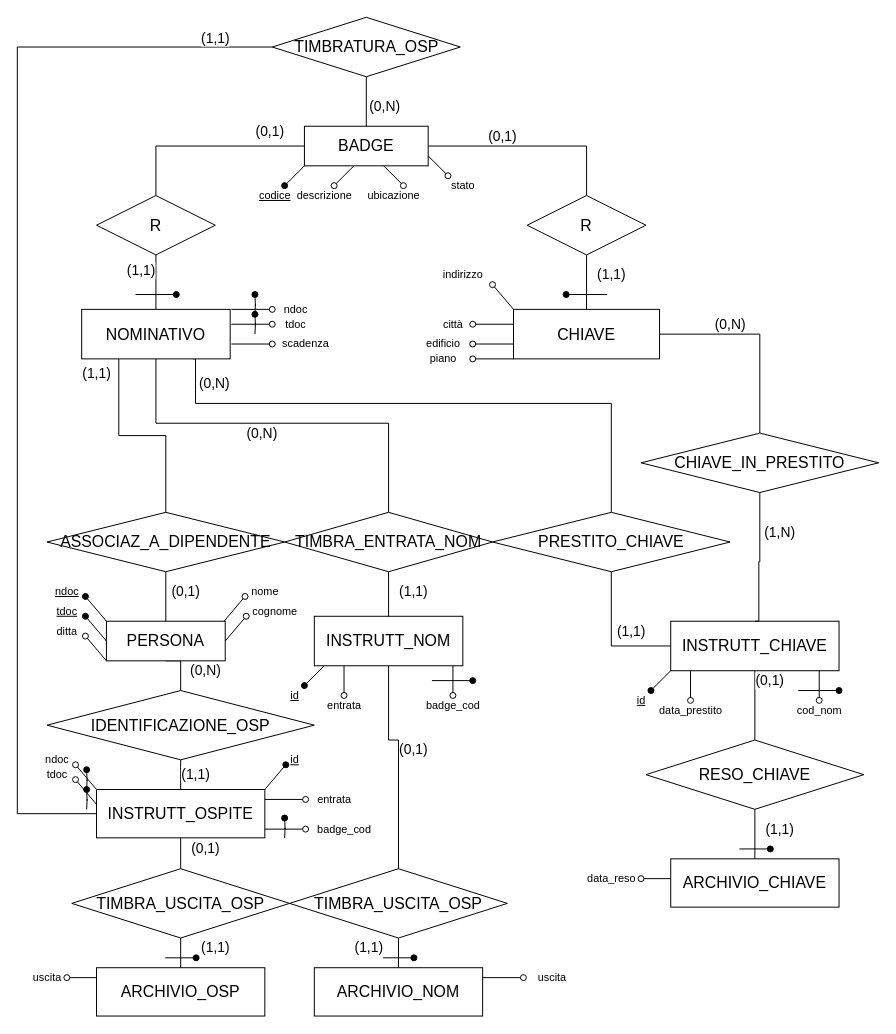
Earlier version of the draw.io diagram er-norm.drawio (VaianoSoftwares/db-progetto). Source tidied: cells renumbered, new cells numbered last; positions are measured from the earlier drawing's top-left corner, leaving out a move shared by most shapes. Both pictures are drawn from the tidied source at 99%, with x=0, y=0 at pixel (17, 17).
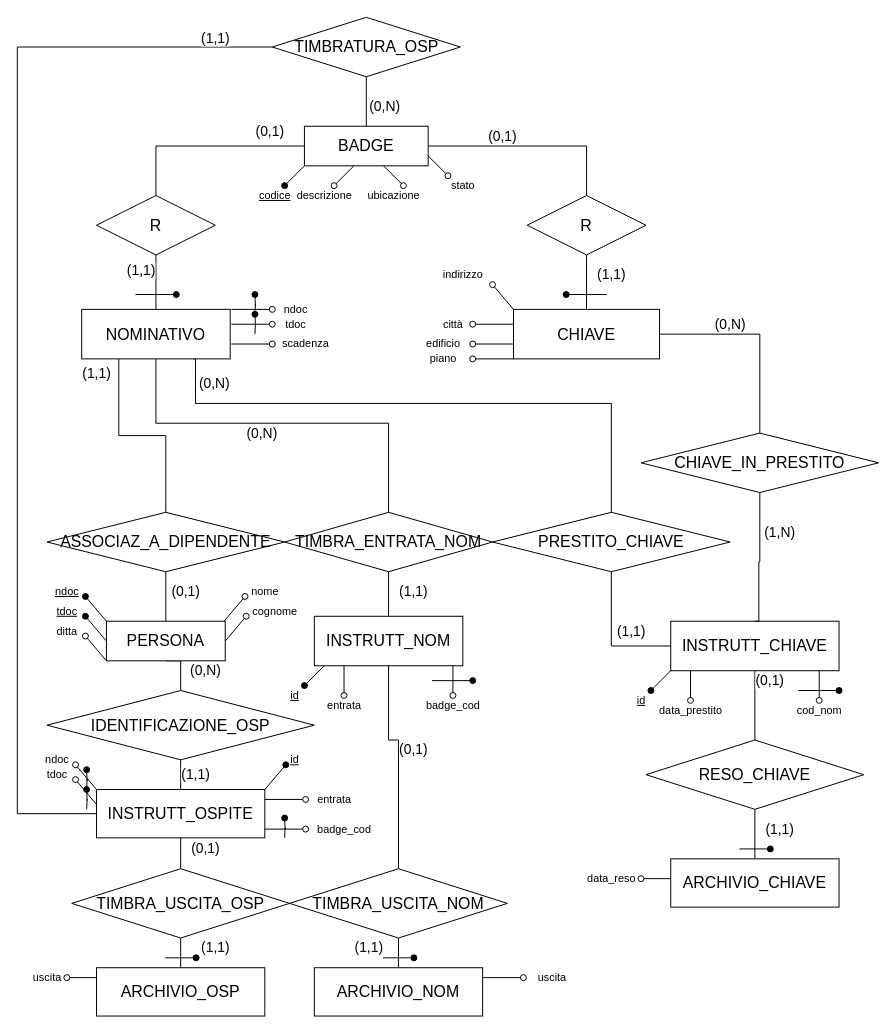
After the change.

The edit, as a diff of the source:
```diff
@@
-    <mxCell id="80" value="TIMBRA_USCITA_OSP" style="shape=rhombus;perimeter=rhombusPerimeter;whiteSpace=wrap;html=1;align=center;fontSize=16;" parent="1" vertex="1">
+    <mxCell id="80" value="TIMBRA_USCITA_NOM" style="shape=rhombus;perimeter=rhombusPerimeter;whiteSpace=wrap;html=1;align=center;fontSize=16;" parent="1" vertex="1">
       <mxGeometry x="275" y="860" width="220" height="70" as="geometry" />
     </mxCell>
```
